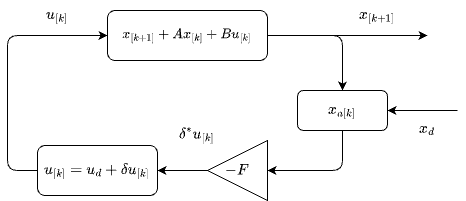
Earlier version of the draw.io export images/block/lqr-trk-const.drawio.png (ivaquero/book-control). Source tidied: cells renumbered, new cells last; positions are measured from the earlier drawing's top-left corner, leaving out a move shared by most shapes.
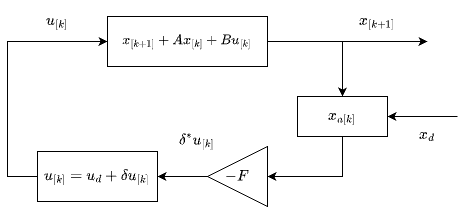
The same file after the commit.

The edit, as a diff of the source:
```diff
@@ -2,21 +2,23 @@
   <root>
     <mxCell id="0" />
     <mxCell id="1" parent="0" />
-    <mxCell id="2" style="edgeStyle=orthogonalEdgeStyle;html=1;exitX=1;exitY=0.5;exitDx=0;exitDy=0;entryX=0.5;entryY=0;entryDx=0;entryDy=0;fontSize=13;" parent="1" edge="1" source="4" target="6">
-      <mxGeometry relative="1" as="geometry" />
+    <mxCell id="2" style="edgeStyle=orthogonalEdgeStyle;html=1;entryX=0.5;entryY=0;entryDx=0;entryDy=0;fontSize=13;rounded=0;" parent="1" edge="1" target="6">
+      <mxGeometry relative="1" as="geometry">
+        <mxPoint x="335" y="35" as="sourcePoint" />
+      </mxGeometry>
     </mxCell>
     <mxCell id="3" style="edgeStyle=orthogonalEdgeStyle;html=1;exitX=1;exitY=0.5;exitDx=0;exitDy=0;fontSize=13;" parent="1" edge="1" source="4">
       <mxGeometry relative="1" as="geometry">
         <mxPoint x="420" y="35" as="targetPoint" />
       </mxGeometry>
     </mxCell>
-    <mxCell id="4" value="$$x_{[k+1]} + Ax_{[k]} + Bu_{[k]}$$" style="rounded=1;whiteSpace=wrap;html=1;" parent="1" vertex="1">
+    <mxCell id="4" value="$$x_{[k+1]} + Ax_{[k]} + Bu_{[k]}$$" style="rounded=0;whiteSpace=wrap;html=1;" parent="1" vertex="1">
       <mxGeometry x="100" y="10" width="160" height="50" as="geometry" />
     </mxCell>
-    <mxCell id="5" style="edgeStyle=orthogonalEdgeStyle;html=1;fontSize=13;exitX=0.5;exitY=1;exitDx=0;exitDy=0;entryX=1;entryY=0.5;entryDx=0;entryDy=0;" parent="1" edge="1" source="6" target="8">
+    <mxCell id="5" style="edgeStyle=orthogonalEdgeStyle;html=1;fontSize=13;exitX=0.5;exitY=1;exitDx=0;exitDy=0;entryX=1;entryY=0.5;entryDx=0;entryDy=0;rounded=0;" parent="1" edge="1" source="6" target="8">
       <mxGeometry relative="1" as="geometry" />
     </mxCell>
-    <mxCell id="6" value="$$x_{a[k]}$$" style="rounded=1;whiteSpace=wrap;html=1;fontSize=13;" parent="1" vertex="1">
+    <mxCell id="6" value="$$x_{a[k]}$$" style="rounded=0;whiteSpace=wrap;html=1;fontSize=13;" parent="1" vertex="1">
       <mxGeometry x="290" y="90" width="90" height="40" as="geometry" />
     </mxCell>
     <mxCell id="7" style="edgeStyle=orthogonalEdgeStyle;html=1;fontSize=13;" parent="1" edge="1" source="8" target="10">
@@ -25,7 +27,7 @@
     <mxCell id="8" value="$$-F$$" style="triangle;whiteSpace=wrap;html=1;fontSize=13;rotation=0;flipH=1;" parent="1" vertex="1">
       <mxGeometry x="200" y="140" width="60" height="60" as="geometry" />
     </mxCell>
-    <mxCell id="9" style="edgeStyle=orthogonalEdgeStyle;html=1;exitX=0;exitY=0.5;exitDx=0;exitDy=0;entryX=0;entryY=0.5;entryDx=0;entryDy=0;fontSize=13;" parent="1" edge="1" source="10" target="4">
+    <mxCell id="9" style="edgeStyle=orthogonalEdgeStyle;html=1;exitX=0;exitY=0.5;exitDx=0;exitDy=0;entryX=0;entryY=0.5;entryDx=0;entryDy=0;fontSize=13;rounded=0;" parent="1" edge="1" source="10" target="4">
       <mxGeometry relative="1" as="geometry">
         <Array as="points">
           <mxPoint y="170" />
@@ -33,7 +35,7 @@
         </Array>
       </mxGeometry>
     </mxCell>
-    <mxCell id="10" value="$$u_{[k]}=u_d+\delta u_{[k]}$$" style="rounded=1;whiteSpace=wrap;html=1;fontSize=13;" parent="1" vertex="1">
+    <mxCell id="10" value="$$u_{[k]}=u_d+\delta u_{[k]}$$" style="rounded=0;whiteSpace=wrap;html=1;fontSize=13;" parent="1" vertex="1">
       <mxGeometry x="30" y="145" width="120" height="50" as="geometry" />
     </mxCell>
     <mxCell id="11" value="$$x_{[k+1]}$$" style="text;html=1;strokeColor=none;fillColor=none;align=center;verticalAlign=middle;whiteSpace=wrap;rounded=0;fontSize=13;" parent="1" vertex="1">
```
